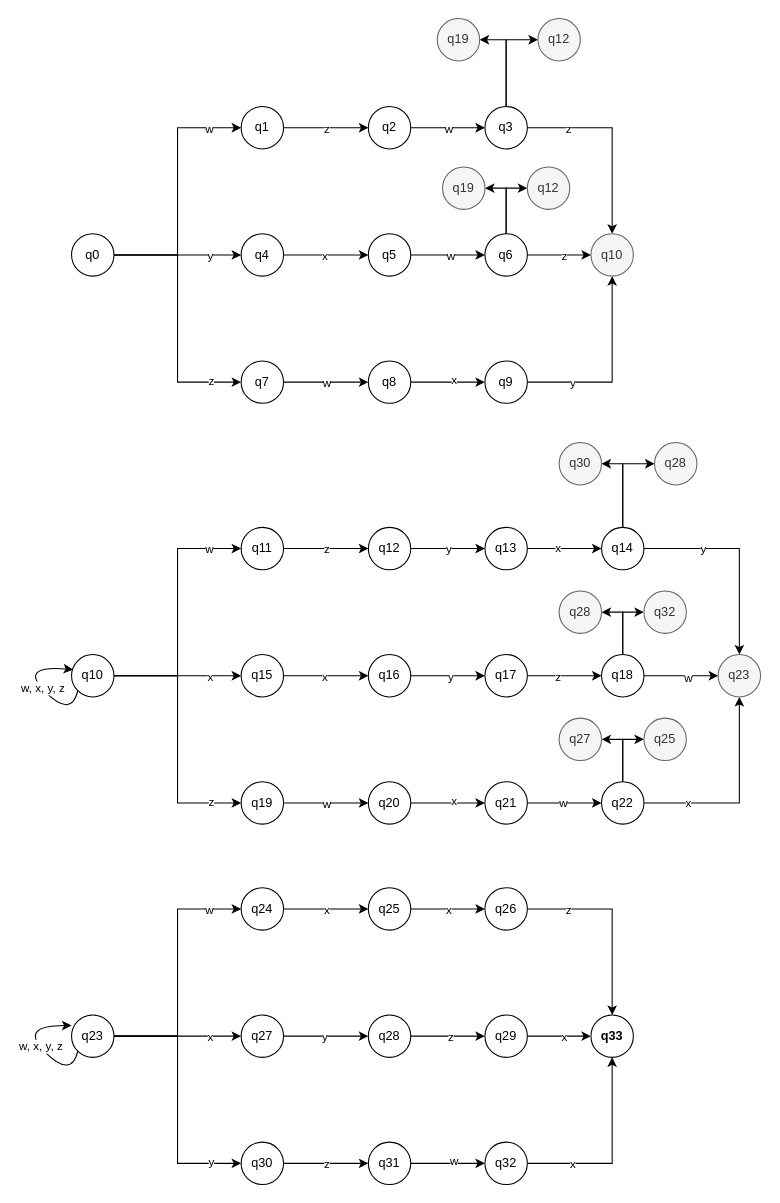
Before: Exercício 03.50 .drawio in PSRprogam/iesb, a draw.io diagram. Source tidied: cells renumbered, new cells numbered last; positions are measured from the earlier drawing's top-left corner, leaving out a move shared by most shapes. Both pictures are drawn from the tidied source at 106%, with x=0, y=0 at pixel (18, 18).
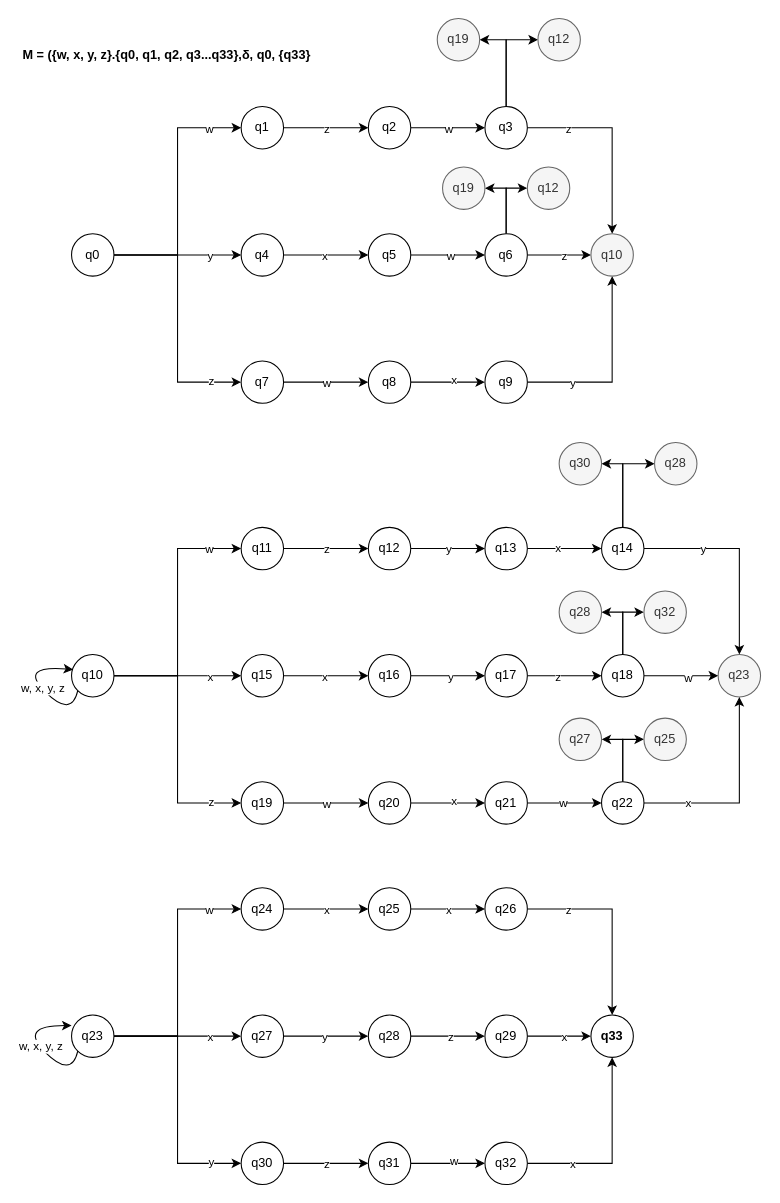
Above is the later version.

Change to the diagram source:
```diff
@@
+    <mxCell id="140" value="&lt;b&gt;M = ({w, x, y, z}.{q0, q1, q2, q3...q33},δ, q0, {q33}&lt;/b&gt;" style="text;html=1;align=center;verticalAlign=middle;whiteSpace=wrap;rounded=0;" parent="1" vertex="1">
+      <mxGeometry y="20" width="280" height="30" as="geometry" />
+    </mxCell>
```
